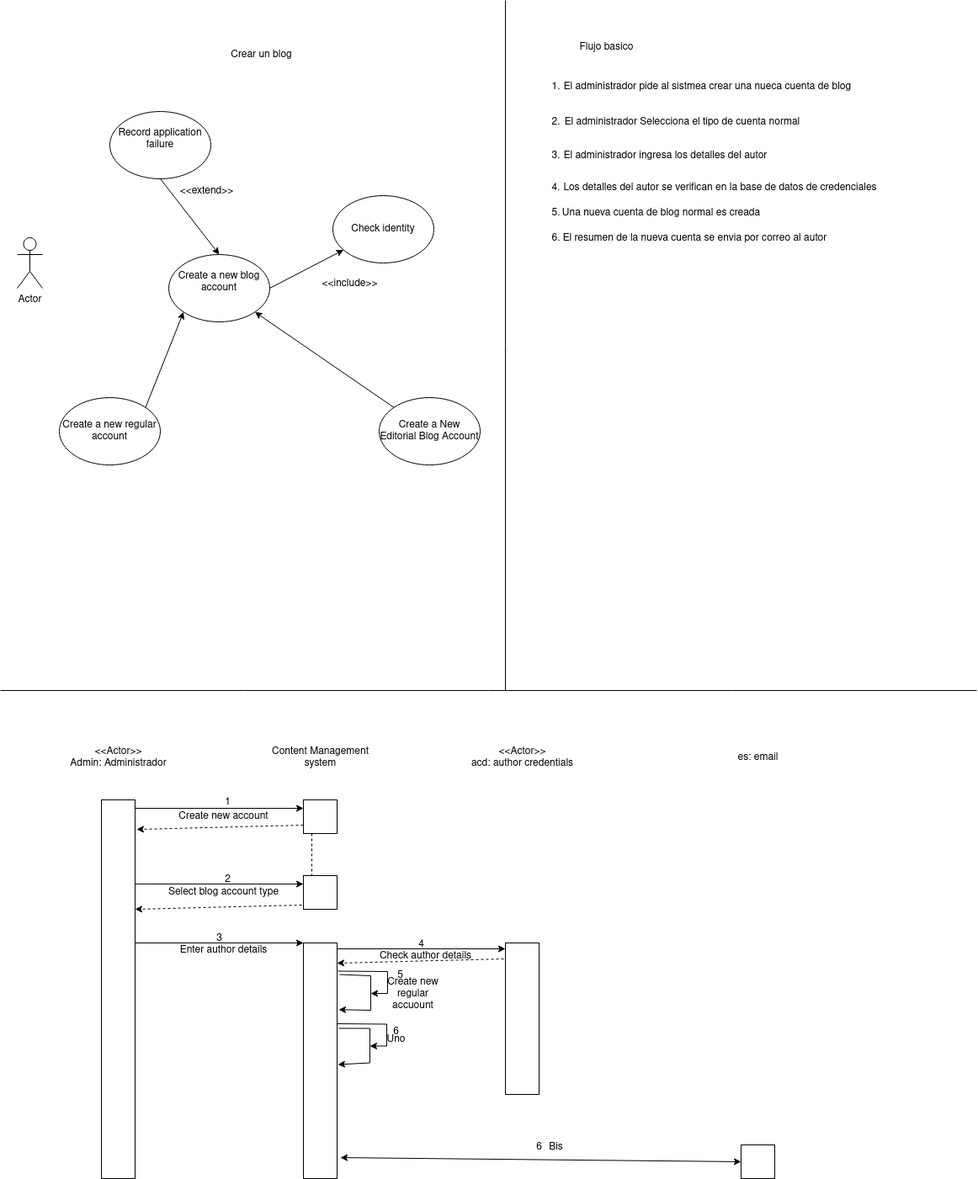
Above: DSejemplo.drawio.png in GermanOjeda/Tarea-ETS (draw.io), before the change. Source tidied: cells renumbered, new cells last; positions are measured from the earlier drawing's top-left corner, leaving out a move shared by most shapes.
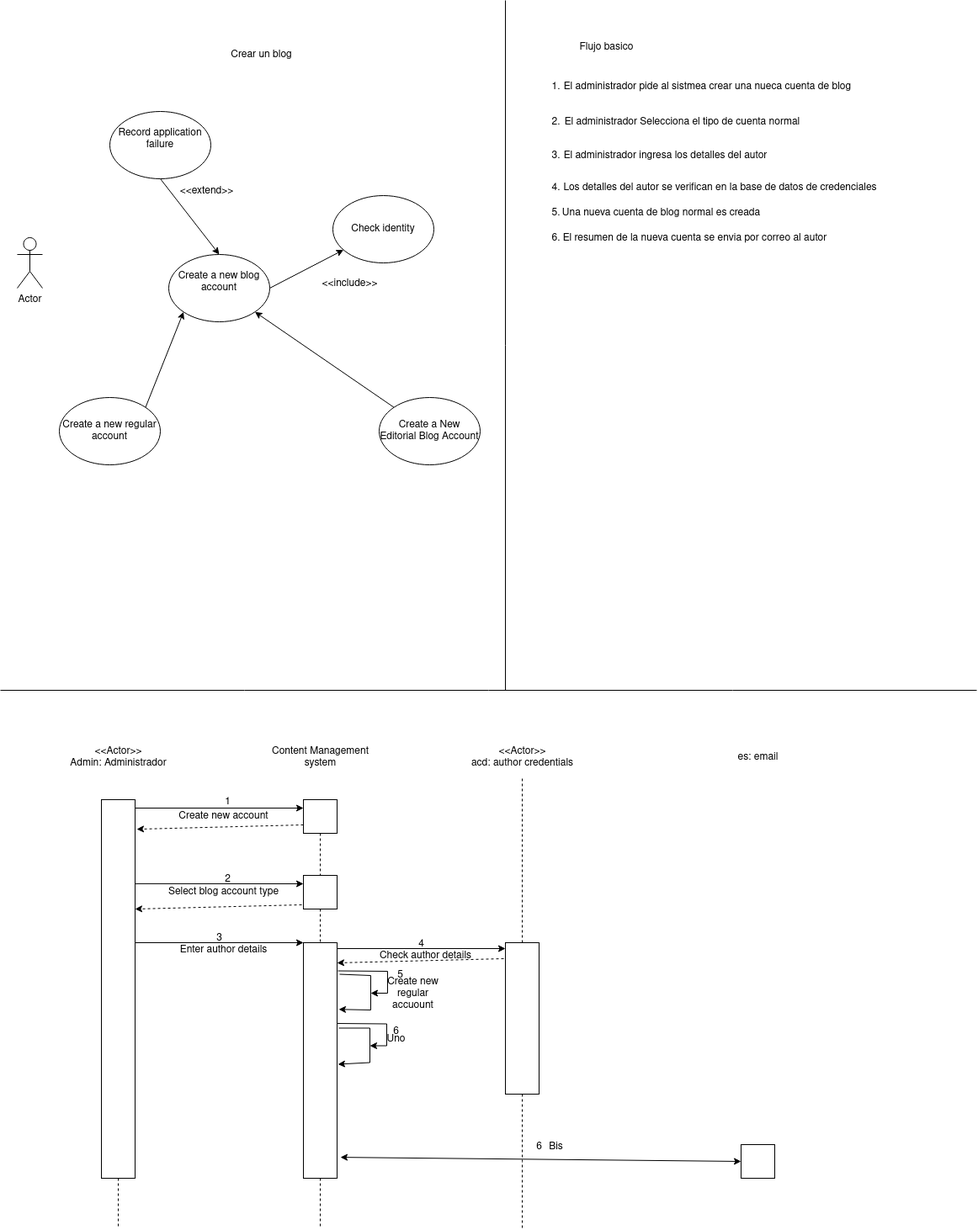
After the commit.

The edit, as a diff of the source:
```diff
@@ -89,6 +89,11 @@
     <mxCell id="29" value="&lt;div&gt;&amp;lt;&amp;lt;Actor&amp;gt;&amp;gt;&lt;/div&gt;&lt;div&gt;Admin: Administrador&lt;br&gt;&lt;/div&gt;" style="text;html=1;align=center;verticalAlign=middle;strokeColor=none;fillColor=none;" parent="1" vertex="1">
       <mxGeometry x="70" y="880" width="140" height="40" as="geometry" />
     </mxCell>
+    <mxCell id="67" style="edgeStyle=orthogonalEdgeStyle;rounded=0;jettySize=auto;html=1;exitX=0.5;exitY=1;exitDx=0;exitDy=0;endArrow=none;endFill=0;dashed=1;" parent="1" edge="1" source="30">
+      <mxGeometry relative="1" as="geometry">
+        <mxPoint x="140" y="1460" as="targetPoint" />
+      </mxGeometry>
+    </mxCell>
     <mxCell id="30" style="rounded=0;whiteSpace=wrap;html=1;" parent="1" vertex="1">
       <mxGeometry x="120" y="950" width="40" height="450" as="geometry" />
     </mxCell>
@@ -101,6 +106,9 @@
     <mxCell id="32" value="&lt;div&gt;Content Management&lt;/div&gt;&lt;div&gt;system&lt;br&gt;&lt;/div&gt;" style="text;html=1;align=center;verticalAlign=middle;strokeColor=none;fillColor=none;" parent="1" vertex="1">
       <mxGeometry x="310" y="880" width="140" height="40" as="geometry" />
     </mxCell>
+    <mxCell id="68" style="edgeStyle=orthogonalEdgeStyle;rounded=0;jettySize=auto;html=1;exitX=0.5;exitY=1;exitDx=0;exitDy=0;entryX=0.5;entryY=0;entryDx=0;entryDy=0;endArrow=none;endFill=0;dashed=1;" parent="1" edge="1" source="33" target="37">
+      <mxGeometry relative="1" as="geometry" />
+    </mxCell>
     <mxCell id="33" style="rounded=0;whiteSpace=wrap;html=1;" parent="1" vertex="1">
       <mxGeometry x="360" y="950" width="40" height="40" as="geometry" />
     </mxCell>
@@ -115,17 +123,15 @@
     <mxCell id="36" value="Create new account" style="text;html=1;align=center;verticalAlign=middle;strokeColor=none;fillColor=none;" parent="1" vertex="1">
       <mxGeometry x="200" y="955" width="130" height="30" as="geometry" />
     </mxCell>
+    <mxCell id="69" style="edgeStyle=orthogonalEdgeStyle;rounded=0;jettySize=auto;html=1;exitX=0.5;exitY=1;exitDx=0;exitDy=0;entryX=0.5;entryY=0;entryDx=0;entryDy=0;endArrow=none;endFill=0;dashed=1;" parent="1" edge="1" source="37" target="44">
+      <mxGeometry relative="1" as="geometry" />
+    </mxCell>
     <mxCell id="37" style="rounded=0;whiteSpace=wrap;html=1;" parent="1" vertex="1">
       <mxGeometry x="360" y="1040" width="40" height="40" as="geometry" />
     </mxCell>
     <mxCell id="38" style="edgeStyle=none;jettySize=auto;html=1;rounded=0;dashed=1;entryX=1.05;entryY=0.078;entryDx=0;entryDy=0;entryPerimeter=0;exitX=0;exitY=0.75;exitDx=0;exitDy=0;" parent="1" edge="1" source="33" target="30">
       <mxGeometry relative="1" as="geometry" />
     </mxCell>
-    <mxCell id="39" style="edgeStyle=none;jettySize=auto;html=1;rounded=0;dashed=1;entryX=0.25;entryY=0;entryDx=0;entryDy=0;exitX=0;exitY=0.75;exitDx=0;exitDy=0;endArrow=none;endFill=0;" parent="1" edge="1" target="37">
-      <mxGeometry relative="1" as="geometry">
-        <mxPoint x="370" y="990" as="sourcePoint" />
-      </mxGeometry>
-    </mxCell>
     <mxCell id="40" style="edgeStyle=none;jettySize=auto;html=1;rounded=0;exitX=1;exitY=0.222;exitDx=0;exitDy=0;exitPerimeter=0;entryX=0;entryY=0.25;entryDx=0;entryDy=0;" parent="1" edge="1" source="30" target="37">
       <mxGeometry relative="1" as="geometry" />
     </mxCell>
@@ -141,6 +147,11 @@
         <mxPoint x="160" y="1080" as="targetPoint" />
       </mxGeometry>
     </mxCell>
+    <mxCell id="70" style="edgeStyle=orthogonalEdgeStyle;rounded=0;jettySize=auto;html=1;exitX=0.5;exitY=1;exitDx=0;exitDy=0;endArrow=none;endFill=0;dashed=1;" parent="1" edge="1" source="44">
+      <mxGeometry relative="1" as="geometry">
+        <mxPoint x="380" y="1460" as="targetPoint" />
+      </mxGeometry>
+    </mxCell>
     <mxCell id="44" style="rounded=0;whiteSpace=wrap;html=1;" parent="1" vertex="1">
       <mxGeometry x="360" y="1120" width="40" height="280" as="geometry" />
     </mxCell>
@@ -159,6 +170,11 @@
     <mxCell id="48" value="&lt;div&gt;&amp;lt;&amp;lt;Actor&amp;gt;&amp;gt;&lt;/div&gt;&lt;div&gt;acd: author credentials&lt;/div&gt;" style="text;html=1;align=center;verticalAlign=middle;points=[];strokeColor=none;fillColor=none;" parent="1" vertex="1">
       <mxGeometry x="550" y="880" width="140" height="40" as="geometry" />
     </mxCell>
+    <mxCell id="71" style="edgeStyle=orthogonalEdgeStyle;rounded=0;jettySize=auto;html=1;exitX=0.5;exitY=1;exitDx=0;exitDy=0;endArrow=none;endFill=0;dashed=1;" parent="1" edge="1" source="49">
+      <mxGeometry relative="1" as="geometry">
+        <mxPoint x="620" y="1460" as="targetPoint" />
+      </mxGeometry>
+    </mxCell>
     <mxCell id="49" style="rounded=0;whiteSpace=wrap;html=1;" parent="1" vertex="1">
       <mxGeometry x="600" y="1120" width="40" height="180" as="geometry" />
     </mxCell>
@@ -245,5 +261,8 @@
     <mxCell id="66" value="Bis" style="text;html=1;align=center;verticalAlign=middle;strokeColor=none;fillColor=none;" parent="1" vertex="1">
       <mxGeometry x="640" y="1348" width="40" height="30" as="geometry" />
     </mxCell>
+    <mxCell id="72" style="edgeStyle=orthogonalEdgeStyle;rounded=0;jettySize=auto;html=1;exitX=0.5;exitY=0;exitDx=0;exitDy=0;entryX=0.5;entryY=1.075;entryDx=0;entryDy=0;entryPerimeter=0;endArrow=none;endFill=0;dashed=1;" parent="1" edge="1" source="49" target="48">
+      <mxGeometry relative="1" as="geometry" />
+    </mxCell>
   </root>
 </mxGraphModel>
```
